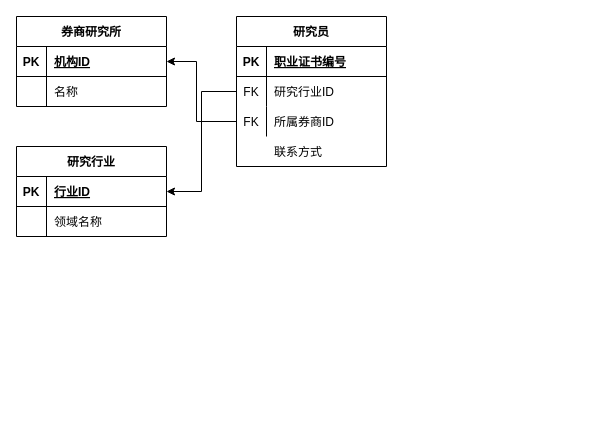
Before: tupian/行业研报原数据表结构.drawio in JJFatherL/biyesheji, a draw.io diagram. Source tidied: cells renumbered, new cells numbered last; positions are measured from the earlier drawing's top-left corner, leaving out a move shared by most shapes. Both pictures are drawn from the tidied source at 100%, with x=0, y=0 at pixel (16, 16).
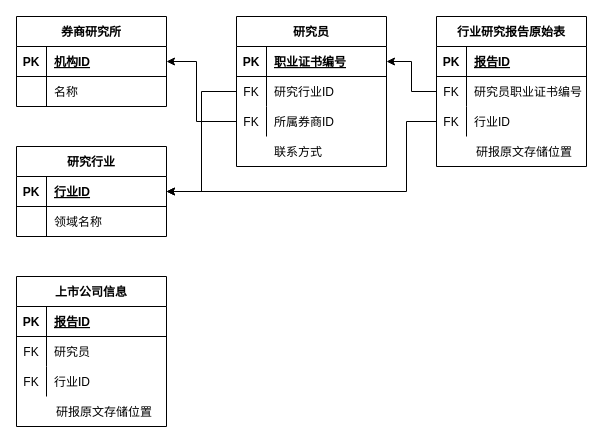
After the change.

Commit message (it also covers changes not shown here):
更新行业研报原数据表结构.drawio

Unchanged cells that the change refers to:
```xml
<mxCell id="11" style="shape=partialRectangle;fillColor=none;top=0;left=0;bottom=1;right=0;points=[[0,0.5],[1,0.5]];portConstraint=eastwest;" parent="10" vertex="1">
  <mxGeometry y="30" width="150" height="30" as="geometry" />
</mxCell>
<mxCell id="19" style="shape=partialRectangle;fillColor=none;top=0;left=0;bottom=1;right=0;points=[[0,0.5],[1,0.5]];portConstraint=eastwest;" parent="18" vertex="1">
  <mxGeometry y="30" width="150" height="30" as="geometry" />
</mxCell>
```

Change to the diagram source:
```diff
@@
+    <mxCell id="31" style="group;" parent="1" vertex="1">
+      <mxGeometry x="420" width="160" height="150" as="geometry" />
+    </mxCell>
+    <mxCell id="32" value="行业研究报告原始表" style="shape=table;startSize=30;childLayout=tableLayout;rowLines=0;fontStyle=1;align=center;" parent="31" vertex="1">
+      <mxGeometry width="150" height="150" as="geometry" />
+    </mxCell>
+    <mxCell id="33" style="shape=partialRectangle;fillColor=none;top=0;left=0;bottom=1;right=0;" parent="32" vertex="1">
+      <mxGeometry y="30" width="150" height="30" as="geometry" />
+    </mxCell>
+    <mxCell id="34" value="PK" style="shape=partialRectangle;fillColor=none;top=0;left=0;bottom=0;right=0;fontStyle=1;overflow=hidden;" parent="33" vertex="1">
+      <mxGeometry width="30" height="30" as="geometry" />
+    </mxCell>
+    <mxCell id="35" value="报告ID" style="shape=partialRectangle;fillColor=none;top=0;left=0;bottom=0;right=0;align=left;spacingLeft=6;fontStyle=5;overflow=hidden;" parent="33" vertex="1">
+      <mxGeometry x="30" width="120" height="30" as="geometry" />
+    </mxCell>
+    <mxCell id="36" style="shape=partialRectangle;fillColor=none;top=0;left=0;bottom=0;right=0;points=[[0,0.5],[1,0.5]];portConstraint=eastwest;" parent="32" vertex="1">
+      <mxGeometry y="60" width="150" height="30" as="geometry" />
+    </mxCell>
+    <mxCell id="37" value="FK" style="shape=partialRectangle;fillColor=none;top=0;left=0;bottom=0;right=0;overflow=hidden;" parent="36" vertex="1">
+      <mxGeometry width="30" height="30" as="geometry" />
+    </mxCell>
+    <mxCell id="38" value="研究员职业证书编号" style="shape=partialRectangle;fillColor=none;top=0;left=0;bottom=0;right=0;align=left;spacingLeft=6;overflow=hidden;" parent="36" vertex="1">
+      <mxGeometry x="30" width="120" height="30" as="geometry" />
+    </mxCell>
+    <mxCell id="39" style="shape=partialRectangle;fillColor=none;top=0;left=0;bottom=0;right=0;points=[[0,0.5],[1,0.5]];portConstraint=eastwest;" parent="32" vertex="1">
+      <mxGeometry y="90" width="150" height="30" as="geometry" />
+    </mxCell>
+    <mxCell id="40" value="FK" style="shape=partialRectangle;fillColor=none;top=0;left=0;bottom=0;right=0;overflow=hidden;" parent="39" vertex="1">
+      <mxGeometry width="30" height="30" as="geometry" />
+    </mxCell>
+    <mxCell id="41" value="行业ID" style="shape=partialRectangle;fillColor=none;top=0;left=0;bottom=0;right=0;align=left;spacingLeft=6;overflow=hidden;" parent="39" vertex="1">
+      <mxGeometry x="30" width="120" height="30" as="geometry" />
+    </mxCell>
+    <mxCell id="42" style="edgeStyle=orthogonalEdgeStyle;rounded=0;orthogonalLoop=1;jettySize=auto;html=1;exitX=1;exitY=0.5;exitDx=0;exitDy=0;" parent="32" edge="1" source="36" target="36">
+      <mxGeometry relative="1" as="geometry" />
+    </mxCell>
+    <mxCell id="43" style="shape=partialRectangle;fillColor=none;top=0;left=0;bottom=0;right=0;overflow=hidden;" parent="31" vertex="1">
+      <mxGeometry y="120" width="32" height="30" as="geometry" />
+    </mxCell>
+    <mxCell id="44" value="研报原文存储位置" style="shape=partialRectangle;fillColor=none;top=0;left=0;bottom=0;right=0;align=left;spacingLeft=6;overflow=hidden;" parent="31" vertex="1">
+      <mxGeometry x="32" y="120" width="128" height="30" as="geometry" />
+    </mxCell>
+    <mxCell id="45" style="edgeStyle=orthogonalEdgeStyle;rounded=0;jettySize=auto;html=1;exitX=0;exitY=0.5;exitDx=0;exitDy=0;entryX=1;entryY=0.5;entryDx=0;entryDy=0;" parent="1" edge="1" source="39" target="11">
+      <mxGeometry relative="1" as="geometry">
+        <Array as="points">
+          <mxPoint x="390" y="105" />
+          <mxPoint x="390" y="175" />
+        </Array>
+      </mxGeometry>
+    </mxCell>
+    <mxCell id="46" style="edgeStyle=orthogonalEdgeStyle;rounded=0;jettySize=auto;html=1;exitX=0;exitY=0.5;exitDx=0;exitDy=0;entryX=1;entryY=0.5;entryDx=0;entryDy=0;" parent="1" edge="1" source="36" target="19">
+      <mxGeometry relative="1" as="geometry" />
+    </mxCell>
+    <mxCell id="47" style="group;" parent="1" vertex="1">
+      <mxGeometry y="260" width="160" height="150" as="geometry" />
+    </mxCell>
+    <mxCell id="48" value="上市公司信息" style="shape=table;startSize=30;childLayout=tableLayout;rowLines=0;fontStyle=1;align=center;" parent="47" vertex="1">
+      <mxGeometry width="150" height="150" as="geometry" />
+    </mxCell>
+    <mxCell id="49" style="shape=partialRectangle;fillColor=none;top=0;left=0;bottom=1;right=0;" parent="48" vertex="1">
+      <mxGeometry y="30" width="150" height="30" as="geometry" />
+    </mxCell>
+    <mxCell id="50" value="PK" style="shape=partialRectangle;fillColor=none;top=0;left=0;bottom=0;right=0;fontStyle=1;overflow=hidden;" parent="49" vertex="1">
+      <mxGeometry width="30" height="30" as="geometry" />
+    </mxCell>
+    <mxCell id="51" value="报告ID" style="shape=partialRectangle;fillColor=none;top=0;left=0;bottom=0;right=0;align=left;spacingLeft=6;fontStyle=5;overflow=hidden;" parent="49" vertex="1">
+      <mxGeometry x="30" width="120" height="30" as="geometry" />
+    </mxCell>
+    <mxCell id="52" style="shape=partialRectangle;fillColor=none;top=0;left=0;bottom=0;right=0;points=[[0,0.5],[1,0.5]];portConstraint=eastwest;" parent="48" vertex="1">
+      <mxGeometry y="60" width="150" height="30" as="geometry" />
+    </mxCell>
+    <mxCell id="53" value="FK" style="shape=partialRectangle;fillColor=none;top=0;left=0;bottom=0;right=0;overflow=hidden;" parent="52" vertex="1">
+      <mxGeometry width="30" height="30" as="geometry" />
+    </mxCell>
+    <mxCell id="54" value="研究员" style="shape=partialRectangle;fillColor=none;top=0;left=0;bottom=0;right=0;align=left;spacingLeft=6;overflow=hidden;" parent="52" vertex="1">
+      <mxGeometry x="30" width="120" height="30" as="geometry" />
+    </mxCell>
+    <mxCell id="55" style="shape=partialRectangle;fillColor=none;top=0;left=0;bottom=0;right=0;" parent="48" vertex="1">
+      <mxGeometry y="90" width="150" height="30" as="geometry" />
+    </mxCell>
+    <mxCell id="56" value="FK" style="shape=partialRectangle;fillColor=none;top=0;left=0;bottom=0;right=0;overflow=hidden;" parent="55" vertex="1">
+      <mxGeometry width="30" height="30" as="geometry" />
+    </mxCell>
+    <mxCell id="57" value="行业ID" style="shape=partialRectangle;fillColor=none;top=0;left=0;bottom=0;right=0;align=left;spacingLeft=6;overflow=hidden;" parent="55" vertex="1">
+      <mxGeometry x="30" width="120" height="30" as="geometry" />
+    </mxCell>
+    <mxCell id="58" style="edgeStyle=orthogonalEdgeStyle;rounded=0;orthogonalLoop=1;jettySize=auto;html=1;exitX=1;exitY=0.5;exitDx=0;exitDy=0;" parent="48" edge="1" source="52" target="52">
+      <mxGeometry relative="1" as="geometry" />
+    </mxCell>
+    <mxCell id="59" style="shape=partialRectangle;fillColor=none;top=0;left=0;bottom=0;right=0;overflow=hidden;" parent="47" vertex="1">
+      <mxGeometry y="120" width="32" height="30" as="geometry" />
+    </mxCell>
+    <mxCell id="60" value="研报原文存储位置" style="shape=partialRectangle;fillColor=none;top=0;left=0;bottom=0;right=0;align=left;spacingLeft=6;overflow=hidden;" parent="47" vertex="1">
+      <mxGeometry x="32" y="120" width="128" height="30" as="geometry" />
+    </mxCell>
```
